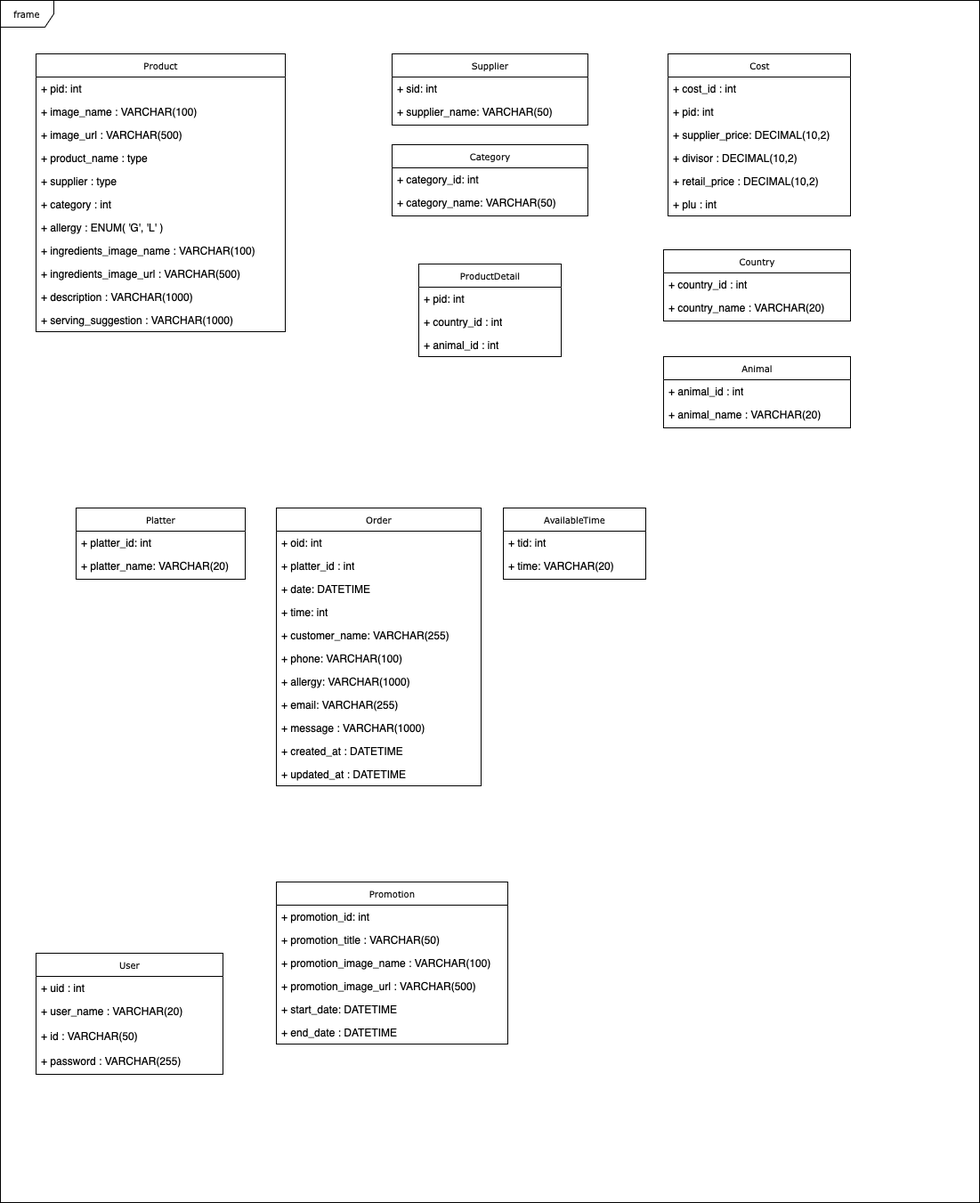
Above: database-uml.drawio.png in Yunzoo01/linas-deli (draw.io), before the change. Source tidied: cells renumbered, new cells last; positions are measured from the earlier drawing's top-left corner, leaving out a move shared by most shapes.
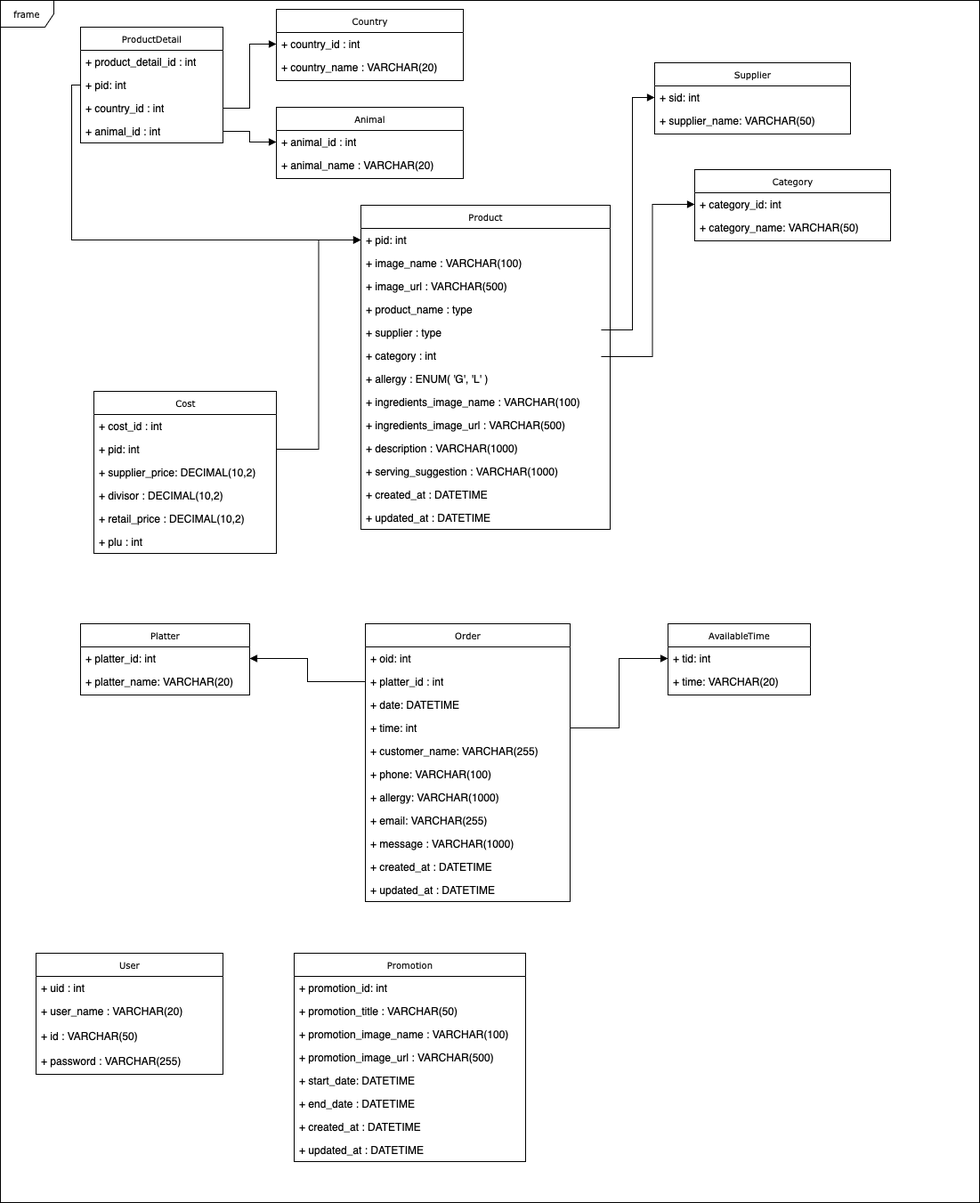
The same diagram one commit later.

What changed in the source:
```diff
@@ -6,7 +6,7 @@
       <mxGeometry width="1100" height="1350" as="geometry" />
     </mxCell>
     <mxCell id="3" value="Product" style="swimlane;html=1;fontStyle=0;horizontal=1;startSize=26;fillColor=none;swimlaneFillColor=#ffffff;rounded=0;shadow=0;comic=0;labelBackgroundColor=none;strokeWidth=1;fontFamily=Verdana;fontSize=10;align=center;" parent="1" vertex="1">
-      <mxGeometry x="40" y="60" width="280" height="312" as="geometry" />
+      <mxGeometry x="405" y="230" width="280" height="364" as="geometry" />
     </mxCell>
     <mxCell id="4" value="+ pid: int" style="text;html=1;strokeColor=none;fillColor=none;align=left;verticalAlign=top;spacingLeft=4;spacingRight=4;whiteSpace=wrap;overflow=hidden;points=[[0,0.5],[1,0.5]];portConstraint=eastwest;" parent="3" vertex="1">
       <mxGeometry y="26" width="280" height="26" as="geometry" />
@@ -41,8 +41,14 @@
     <mxCell id="14" value="+ serving_suggestion : VARCHAR(1000)" style="text;html=1;strokeColor=none;fillColor=none;align=left;verticalAlign=top;spacingLeft=4;spacingRight=4;whiteSpace=wrap;overflow=hidden;" parent="3" vertex="1">
       <mxGeometry y="286" width="280" height="26" as="geometry" />
     </mxCell>
+    <mxCell id="68" value="+ created_at : DATETIME" style="text;html=1;strokeColor=none;fillColor=none;align=left;verticalAlign=top;spacingLeft=4;spacingRight=4;whiteSpace=wrap;overflow=hidden;" parent="3" vertex="1">
+      <mxGeometry y="312" width="280" height="26" as="geometry" />
+    </mxCell>
+    <mxCell id="69" value="+ updated_at : DATETIME" style="text;html=1;strokeColor=none;fillColor=none;align=left;verticalAlign=top;spacingLeft=4;spacingRight=4;whiteSpace=wrap;overflow=hidden;" parent="3" vertex="1">
+      <mxGeometry y="338" width="280" height="26" as="geometry" />
+    </mxCell>
     <mxCell id="15" value="Cost" style="swimlane;html=1;fontStyle=0;horizontal=1;startSize=26;fillColor=none;swimlaneFillColor=#ffffff;rounded=0;shadow=0;comic=0;labelBackgroundColor=none;strokeWidth=1;fontFamily=Verdana;fontSize=10;align=center;" parent="1" vertex="1">
-      <mxGeometry x="750" y="60" width="205" height="182" as="geometry" />
+      <mxGeometry x="105" y="439" width="205" height="182" as="geometry" />
     </mxCell>
     <mxCell id="16" value="+ cost_id : int" style="text;html=1;strokeColor=none;fillColor=none;align=left;verticalAlign=top;spacingLeft=4;spacingRight=4;whiteSpace=wrap;overflow=hidden;" parent="15" vertex="1">
       <mxGeometry y="26" width="205" height="26" as="geometry" />
@@ -63,7 +69,7 @@
       <mxGeometry y="156" width="205" height="26" as="geometry" />
     </mxCell>
     <mxCell id="22" value="Supplier" style="swimlane;html=1;fontStyle=0;horizontal=1;startSize=26;fillColor=none;swimlaneFillColor=#ffffff;rounded=0;shadow=0;comic=0;labelBackgroundColor=none;strokeWidth=1;fontFamily=Verdana;fontSize=10;align=center;" parent="1" vertex="1">
-      <mxGeometry x="440" y="60" width="220" height="80" as="geometry" />
+      <mxGeometry x="735" y="70" width="220" height="80" as="geometry" />
     </mxCell>
     <mxCell id="23" value="+ sid: int" style="text;html=1;strokeColor=none;fillColor=none;align=left;verticalAlign=top;spacingLeft=4;spacingRight=4;whiteSpace=wrap;overflow=hidden;points=[[0,0.5],[1,0.5]];portConstraint=eastwest;" parent="22" vertex="1">
       <mxGeometry y="26" width="220" height="26" as="geometry" />
@@ -87,7 +93,7 @@
       <mxGeometry y="108" width="210" height="28" as="geometry" />
     </mxCell>
     <mxCell id="30" value="Platter" style="swimlane;html=1;fontStyle=0;horizontal=1;startSize=26;fillColor=none;swimlaneFillColor=#ffffff;rounded=0;shadow=0;comic=0;labelBackgroundColor=none;strokeWidth=1;fontFamily=Verdana;fontSize=10;align=center;" parent="1" vertex="1">
-      <mxGeometry x="85" y="570" width="190" height="80" as="geometry" />
+      <mxGeometry x="90" y="700" width="190" height="80" as="geometry" />
     </mxCell>
     <mxCell id="31" value="+ platter_id: int" style="text;html=1;strokeColor=none;fillColor=none;align=left;verticalAlign=top;spacingLeft=4;spacingRight=4;whiteSpace=wrap;overflow=hidden;points=[[0,0.5],[1,0.5]];portConstraint=eastwest;" parent="30" vertex="1">
       <mxGeometry y="26" width="190" height="26" as="geometry" />
@@ -96,7 +102,7 @@
       <mxGeometry y="52" width="190" height="26" as="geometry" />
     </mxCell>
     <mxCell id="33" value="Order" style="swimlane;html=1;fontStyle=0;horizontal=1;startSize=26;fillColor=none;swimlaneFillColor=#ffffff;rounded=0;shadow=0;comic=0;labelBackgroundColor=none;strokeWidth=1;fontFamily=Verdana;fontSize=10;align=center;" parent="1" vertex="1">
-      <mxGeometry x="310" y="570" width="230" height="312" as="geometry" />
+      <mxGeometry x="410" y="700" width="230" height="312" as="geometry" />
     </mxCell>
     <mxCell id="34" value="+ oid: int" style="text;html=1;strokeColor=none;fillColor=none;align=left;verticalAlign=top;spacingLeft=4;spacingRight=4;whiteSpace=wrap;overflow=hidden;" parent="33" vertex="1">
       <mxGeometry y="26" width="230" height="26" as="geometry" />
@@ -132,7 +138,7 @@
       <mxGeometry y="286" width="230" height="26" as="geometry" />
     </mxCell>
     <mxCell id="45" value="AvailableTime" style="swimlane;html=1;fontStyle=0;horizontal=1;startSize=26;fillColor=none;swimlaneFillColor=#ffffff;rounded=0;shadow=0;comic=0;labelBackgroundColor=none;strokeWidth=1;fontFamily=Verdana;fontSize=10;align=center;" parent="1" vertex="1">
-      <mxGeometry x="565" y="570" width="160" height="80" as="geometry" />
+      <mxGeometry x="750" y="700" width="160" height="80" as="geometry" />
     </mxCell>
     <mxCell id="46" value="+ tid: int" style="text;html=1;strokeColor=none;fillColor=none;align=left;verticalAlign=top;spacingLeft=4;spacingRight=4;whiteSpace=wrap;overflow=hidden;points=[[0,0.5],[1,0.5]];portConstraint=eastwest;" parent="45" vertex="1">
       <mxGeometry y="26" width="160" height="26" as="geometry" />
@@ -141,19 +147,22 @@
       <mxGeometry y="52" width="160" height="26" as="geometry" />
     </mxCell>
     <mxCell id="48" value="ProductDetail" style="swimlane;html=1;fontStyle=0;horizontal=1;startSize=26;fillColor=none;swimlaneFillColor=#ffffff;rounded=0;shadow=0;comic=0;labelBackgroundColor=none;strokeWidth=1;fontFamily=Verdana;fontSize=10;align=center;" parent="1" vertex="1">
-      <mxGeometry x="470" y="296" width="160" height="104" as="geometry" />
+      <mxGeometry x="90" y="30" width="160" height="130" as="geometry" />
     </mxCell>
+    <mxCell id="70" value="+ product_detail_id : int" style="text;html=1;strokeColor=none;fillColor=none;align=left;verticalAlign=top;spacingLeft=4;spacingRight=4;whiteSpace=wrap;overflow=hidden;" parent="48" vertex="1">
+      <mxGeometry y="26" width="160" height="26" as="geometry" />
+    </mxCell>
     <mxCell id="49" value="+ pid: int" style="text;html=1;strokeColor=none;fillColor=none;align=left;verticalAlign=top;spacingLeft=4;spacingRight=4;whiteSpace=wrap;overflow=hidden;points=[[0,0.5],[1,0.5]];portConstraint=eastwest;" parent="48" vertex="1">
-      <mxGeometry y="26" width="160" height="26" as="geometry" />
+      <mxGeometry y="52" width="160" height="26" as="geometry" />
     </mxCell>
     <mxCell id="50" value="+ country_id : int" style="text;html=1;strokeColor=none;fillColor=none;align=left;verticalAlign=top;spacingLeft=4;spacingRight=4;whiteSpace=wrap;overflow=hidden;points=[[0,0.5],[1,0.5]];portConstraint=eastwest;" parent="48" vertex="1">
-      <mxGeometry y="52" width="160" height="26" as="geometry" />
+      <mxGeometry y="78" width="160" height="26" as="geometry" />
     </mxCell>
     <mxCell id="51" value="+ animal_id : int" style="text;html=1;strokeColor=none;fillColor=none;align=left;verticalAlign=top;spacingLeft=4;spacingRight=4;whiteSpace=wrap;overflow=hidden;points=[[0,0.5],[1,0.5]];portConstraint=eastwest;" parent="48" vertex="1">
-      <mxGeometry y="78" width="160" height="26" as="geometry" />
+      <mxGeometry y="104" width="160" height="26" as="geometry" />
     </mxCell>
     <mxCell id="52" value="Category" style="swimlane;html=1;fontStyle=0;horizontal=1;startSize=26;fillColor=none;swimlaneFillColor=#ffffff;rounded=0;shadow=0;comic=0;labelBackgroundColor=none;strokeWidth=1;fontFamily=Verdana;fontSize=10;align=center;" parent="1" vertex="1">
-      <mxGeometry x="440" y="162" width="220" height="80" as="geometry" />
+      <mxGeometry x="780" y="190" width="220" height="80" as="geometry" />
     </mxCell>
     <mxCell id="53" value="+ category_id: int" style="text;html=1;strokeColor=none;fillColor=none;align=left;verticalAlign=top;spacingLeft=4;spacingRight=4;whiteSpace=wrap;overflow=hidden;points=[[0,0.5],[1,0.5]];portConstraint=eastwest;" parent="52" vertex="1">
       <mxGeometry y="26" width="220" height="26" as="geometry" />
@@ -162,7 +171,7 @@
       <mxGeometry y="52" width="220" height="26" as="geometry" />
     </mxCell>
     <mxCell id="55" value="Country" style="swimlane;html=1;fontStyle=0;horizontal=1;startSize=26;fillColor=none;swimlaneFillColor=#ffffff;rounded=0;shadow=0;comic=0;labelBackgroundColor=none;strokeWidth=1;fontFamily=Verdana;fontSize=10;align=center;" parent="1" vertex="1">
-      <mxGeometry x="745" y="280" width="210" height="80" as="geometry" />
+      <mxGeometry x="310" y="10" width="210" height="80" as="geometry" />
     </mxCell>
     <mxCell id="56" value="+ country_id : int" style="text;html=1;strokeColor=none;fillColor=none;align=left;verticalAlign=top;spacingLeft=4;spacingRight=4;whiteSpace=wrap;overflow=hidden;points=[[0,0.5],[1,0.5]];portConstraint=eastwest;" parent="55" vertex="1">
       <mxGeometry y="26" width="210" height="26" as="geometry" />
@@ -171,7 +180,7 @@
       <mxGeometry y="52" width="210" height="26" as="geometry" />
     </mxCell>
     <mxCell id="58" value="Animal" style="swimlane;html=1;fontStyle=0;horizontal=1;startSize=26;fillColor=none;swimlaneFillColor=#ffffff;rounded=0;shadow=0;comic=0;labelBackgroundColor=none;strokeWidth=1;fontFamily=Verdana;fontSize=10;align=center;" parent="1" vertex="1">
-      <mxGeometry x="745" y="400" width="210" height="80" as="geometry" />
+      <mxGeometry x="310" y="120" width="210" height="80" as="geometry" />
     </mxCell>
     <mxCell id="59" value="+ animal_id : int" style="text;html=1;strokeColor=none;fillColor=none;align=left;verticalAlign=top;spacingLeft=4;spacingRight=4;whiteSpace=wrap;overflow=hidden;points=[[0,0.5],[1,0.5]];portConstraint=eastwest;" parent="58" vertex="1">
       <mxGeometry y="26" width="210" height="26" as="geometry" />
@@ -180,7 +189,7 @@
       <mxGeometry y="52" width="210" height="26" as="geometry" />
     </mxCell>
     <mxCell id="61" value="Promotion" style="swimlane;html=1;fontStyle=0;horizontal=1;startSize=26;fillColor=none;swimlaneFillColor=#ffffff;rounded=0;shadow=0;comic=0;labelBackgroundColor=none;strokeWidth=1;fontFamily=Verdana;fontSize=10;align=center;" parent="1" vertex="1">
-      <mxGeometry x="310" y="990" width="260" height="182" as="geometry" />
+      <mxGeometry x="330" y="1070" width="260" height="234" as="geometry" />
     </mxCell>
     <mxCell id="62" value="+ promotion_id: int" style="text;html=1;strokeColor=none;fillColor=none;align=left;verticalAlign=top;spacingLeft=4;spacingRight=4;whiteSpace=wrap;overflow=hidden;" parent="61" vertex="1">
       <mxGeometry y="26" width="260" height="26" as="geometry" />
@@ -200,5 +209,35 @@
     <mxCell id="67" value="+ end_date : DATETIME" style="text;html=1;strokeColor=none;fillColor=none;align=left;verticalAlign=top;spacingLeft=4;spacingRight=4;whiteSpace=wrap;overflow=hidden;" parent="61" vertex="1">
       <mxGeometry y="156" width="260" height="26" as="geometry" />
     </mxCell>
+    <mxCell id="71" value="+ created_at : DATETIME" style="text;html=1;strokeColor=none;fillColor=none;align=left;verticalAlign=top;spacingLeft=4;spacingRight=4;whiteSpace=wrap;overflow=hidden;" parent="61" vertex="1">
+      <mxGeometry y="182" width="260" height="26" as="geometry" />
+    </mxCell>
+    <mxCell id="72" value="+ updated_at : DATETIME" style="text;html=1;strokeColor=none;fillColor=none;align=left;verticalAlign=top;spacingLeft=4;spacingRight=4;whiteSpace=wrap;overflow=hidden;" parent="61" vertex="1">
+      <mxGeometry y="208" width="260" height="26" as="geometry" />
+    </mxCell>
+    <mxCell id="73" style="endArrow=block;endFill=1;html=1;edgeStyle=orthogonalEdgeStyle;align=left;verticalAlign=top;rounded=0;exitX=0.964;exitY=0.538;exitDx=0;exitDy=0;entryX=0;entryY=0.5;entryDx=0;entryDy=0;exitPerimeter=0;" parent="1" edge="1" source="9" target="53">
+      <mxGeometry x="-1" relative="1" as="geometry" />
+    </mxCell>
+    <mxCell id="74" style="endArrow=block;endFill=1;html=1;edgeStyle=orthogonalEdgeStyle;align=left;verticalAlign=top;rounded=0;exitX=0.964;exitY=0.385;exitDx=0;exitDy=0;entryX=0;entryY=0.5;entryDx=0;entryDy=0;exitPerimeter=0;" parent="1" edge="1" source="8" target="23">
+      <mxGeometry x="-1" relative="1" as="geometry" />
+    </mxCell>
+    <mxCell id="75" style="endArrow=block;endFill=1;html=1;edgeStyle=orthogonalEdgeStyle;align=left;verticalAlign=top;rounded=0;exitX=0;exitY=0.5;exitDx=0;exitDy=0;" parent="1" edge="1" source="49" target="4">
+      <mxGeometry x="-1" relative="1" as="geometry" />
+    </mxCell>
+    <mxCell id="76" style="endArrow=block;endFill=1;html=1;edgeStyle=orthogonalEdgeStyle;align=left;verticalAlign=top;rounded=0;exitX=1;exitY=0.5;exitDx=0;exitDy=0;" parent="1" edge="1" source="50" target="56">
+      <mxGeometry x="-1" relative="1" as="geometry" />
+    </mxCell>
+    <mxCell id="77" style="endArrow=block;endFill=1;html=1;edgeStyle=orthogonalEdgeStyle;align=left;verticalAlign=top;rounded=0;" parent="1" edge="1" source="51" target="59">
+      <mxGeometry x="-1" relative="1" as="geometry" />
+    </mxCell>
+    <mxCell id="78" style="endArrow=block;endFill=1;html=1;edgeStyle=orthogonalEdgeStyle;align=left;verticalAlign=top;rounded=0;entryX=0;entryY=0.5;entryDx=0;entryDy=0;" parent="1" edge="1" source="17" target="4">
+      <mxGeometry x="-1" relative="1" as="geometry" />
+    </mxCell>
+    <mxCell id="79" style="endArrow=block;endFill=1;html=1;edgeStyle=orthogonalEdgeStyle;align=left;verticalAlign=top;rounded=0;entryX=1;entryY=0.5;entryDx=0;entryDy=0;" parent="1" edge="1" source="35" target="31">
+      <mxGeometry x="-1" relative="1" as="geometry" />
+    </mxCell>
+    <mxCell id="80" style="endArrow=block;endFill=1;html=1;edgeStyle=orthogonalEdgeStyle;align=left;verticalAlign=top;rounded=0;" parent="1" edge="1" source="37" target="46">
+      <mxGeometry x="-1" relative="1" as="geometry" />
+    </mxCell>
   </root>
 </mxGraphModel>
```
